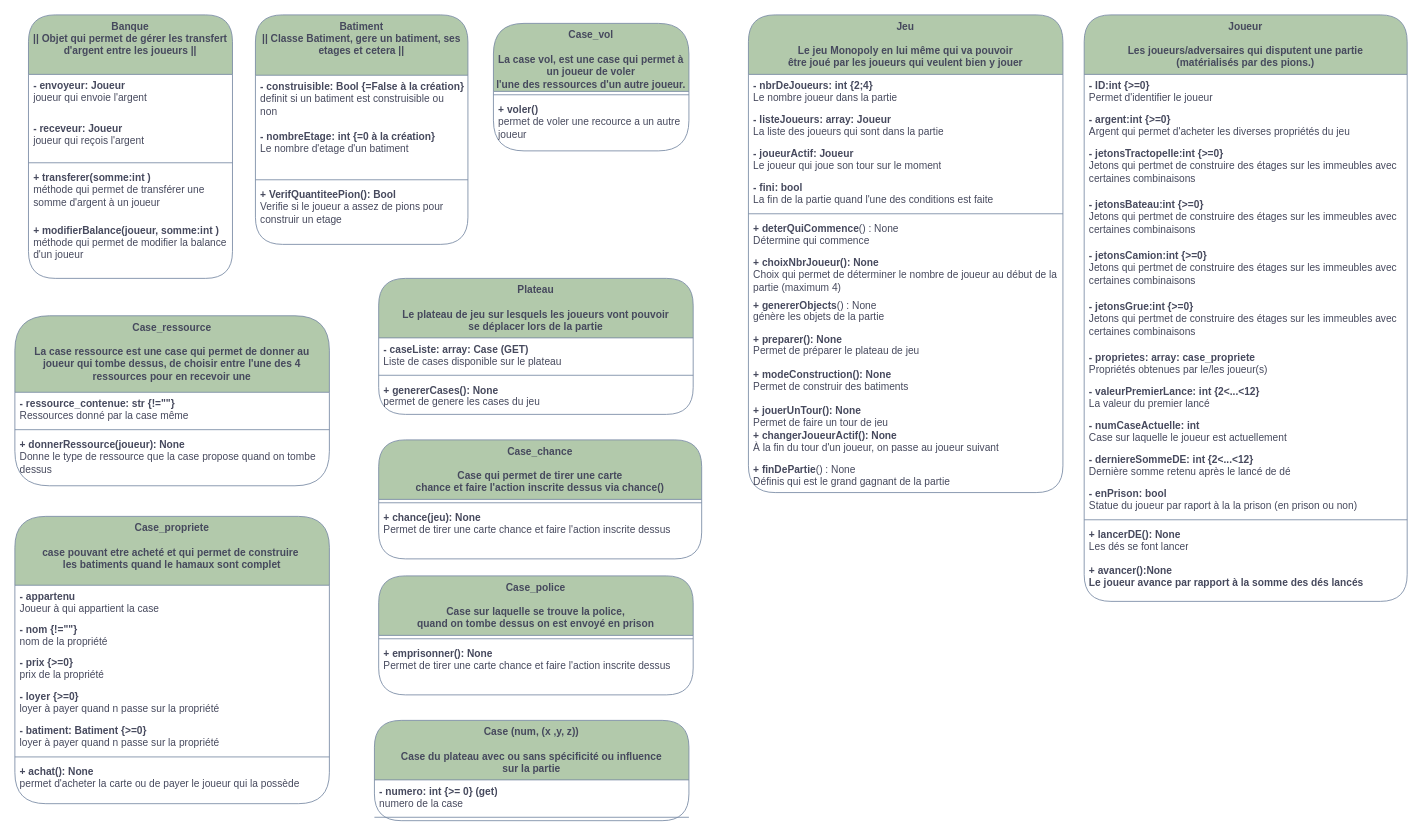
Before: page "Classes détaillées" (4 of 5) of B__Analyse/DiagrameDesClasses.drawio in gazhonsepaskwa/builder, a draw.io diagram. Source tidied: cells renumbered, new cells numbered last; positions are measured from the earlier drawing's top-left corner, leaving out a move shared by most shapes. Both pictures are drawn from the tidied source at 85%, with x=0, y=0 at pixel (14, 14).
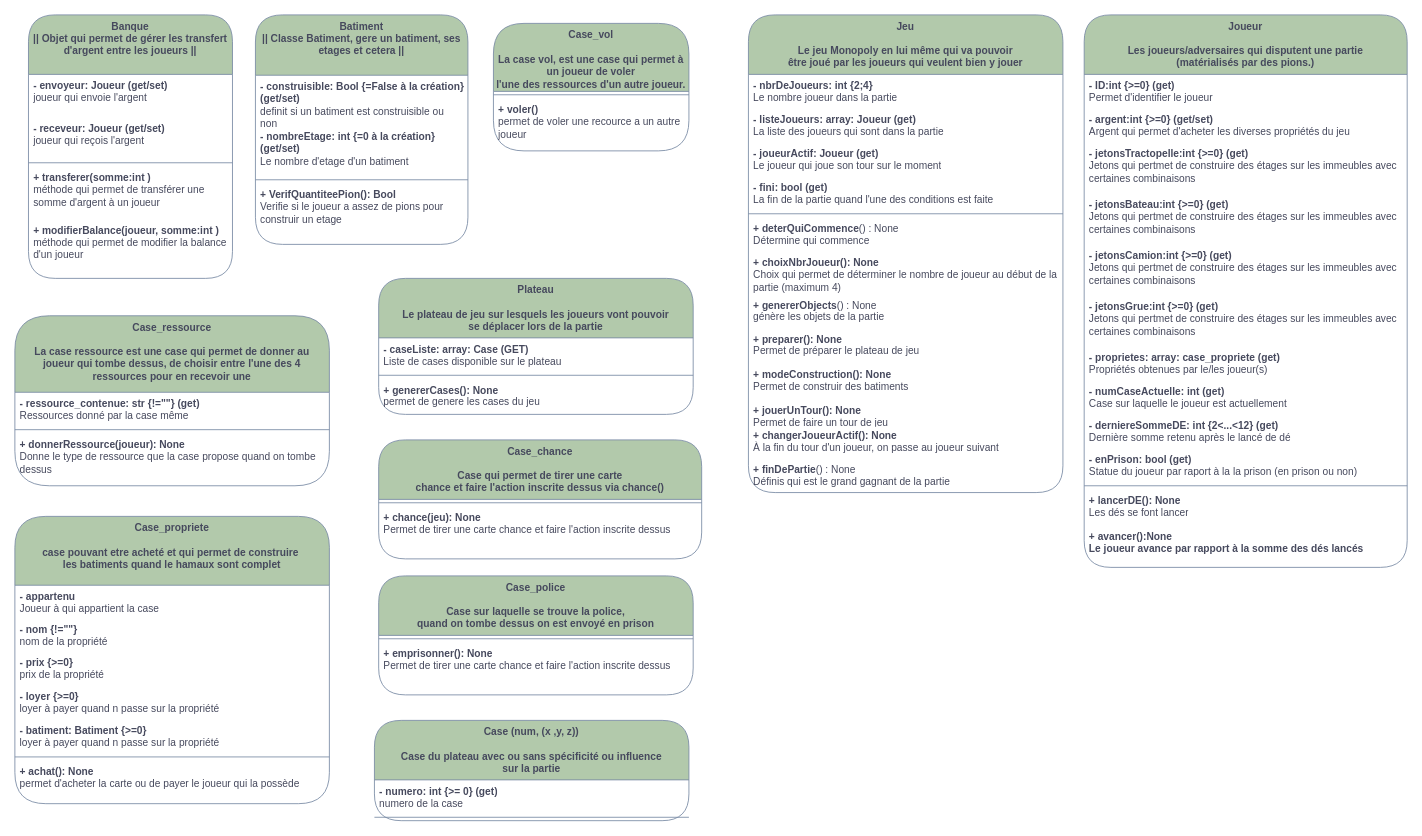
After the change.

The change refers to these unchanged cells:
```xml
<mxCell id="2" value="Banque&lt;br&gt;&lt;div&gt;|| Objet qui permet de gérer les transfert d'argent entre les joueurs ||&lt;/div&gt;&lt;div&gt;&lt;br&gt;&lt;/div&gt;" style="swimlane;fontStyle=1;align=center;verticalAlign=top;horizontal=1;startSize=70;whiteSpace=wrap;html=1;labelBackgroundColor=none;fillColor=#B2C9AB;strokeColor=#788AA3;fontColor=#46495D;rounded=1;" parent="1" vertex="1">
  <mxGeometry x="16" width="240" height="310" as="geometry" />
</mxCell>
<mxCell id="8" value="Batiment&lt;br&gt;|| Classe Batiment, gere un batiment, ses etages et cetera ||" style="swimlane;fontStyle=1;align=center;verticalAlign=top;horizontal=1;startSize=71;whiteSpace=wrap;html=1;labelBackgroundColor=none;fillColor=#B2C9AB;strokeColor=#788AA3;fontColor=#46495D;rounded=1;" parent="1" vertex="1">
  <mxGeometry x="283" width="250" height="270" as="geometry" />
</mxCell>
<mxCell id="13" value="Case_ressource&lt;br&gt;&lt;br&gt;&lt;div&gt;La case ressource est une case qui permet de donner au&lt;/div&gt;&lt;div&gt;joueur qui tombe dessus, de choisir entre l'une des 4 ressources pour&amp;nbsp;&lt;span style=&quot;background-color: initial;&quot;&gt;en recevoir une&lt;/span&gt;&lt;/div&gt;" style="swimlane;fontStyle=1;align=center;verticalAlign=top;horizontal=1;startSize=90;whiteSpace=wrap;html=1;labelBackgroundColor=none;fillColor=#B2C9AB;strokeColor=#788AA3;fontColor=#46495D;rounded=1;" parent="1" vertex="1">
  <mxGeometry y="354" width="370" height="200" as="geometry" />
</mxCell>
<mxCell id="23" value="&lt;div&gt;Jeu&lt;/div&gt;&lt;div&gt;&lt;br&gt;&lt;/div&gt;Le jeu Monopoly en lui même qui va pouvoir&lt;br&gt;être joué par les joueurs qui veulent bien y jouer" style="swimlane;fontStyle=1;align=center;verticalAlign=top;horizontal=1;startSize=70;whiteSpace=wrap;html=1;labelBackgroundColor=none;fillColor=#B2C9AB;strokeColor=#788AA3;fontColor=#46495D;rounded=1;" parent="1" vertex="1">
  <mxGeometry x="863" width="370" height="562" as="geometry" />
</mxCell>
```

The edit, as a diff of the source:
```diff
@@
-    <mxCell id="3" value="&lt;b&gt;- envoyeur: Joueur&lt;/b&gt;&lt;br&gt;joueur qui envoie l'argent" style="text;strokeColor=none;fillColor=none;align=left;verticalAlign=top;spacingLeft=4;spacingRight=4;overflow=hidden;whiteSpace=wrap;html=1;labelBackgroundColor=none;fontColor=#46495D;rounded=1;" parent="2" vertex="1">
+    <mxCell id="3" value="&lt;b&gt;- envoyeur: Joueur (get/set)&lt;/b&gt;&lt;br&gt;joueur qui envoie l'argent" style="text;strokeColor=none;fillColor=none;align=left;verticalAlign=top;spacingLeft=4;spacingRight=4;overflow=hidden;whiteSpace=wrap;html=1;labelBackgroundColor=none;fontColor=#46495D;rounded=1;" parent="2" vertex="1">
       <mxGeometry y="70" width="240" height="50" as="geometry" />
     </mxCell>
-    <mxCell id="4" value="&lt;b&gt;- receveur: Joueur&lt;/b&gt;&lt;br&gt;joueur qui reçois l'argent&amp;nbsp;" style="text;strokeColor=none;fillColor=none;align=left;verticalAlign=top;spacingLeft=4;spacingRight=4;overflow=hidden;whiteSpace=wrap;html=1;labelBackgroundColor=none;fontColor=#46495D;rounded=1;" parent="2" vertex="1">
+    <mxCell id="4" value="&lt;b&gt;- receveur: Joueur (get/set)&lt;/b&gt;&lt;br&gt;joueur qui reçois l'argent&amp;nbsp;" style="text;strokeColor=none;fillColor=none;align=left;verticalAlign=top;spacingLeft=4;spacingRight=4;overflow=hidden;whiteSpace=wrap;html=1;labelBackgroundColor=none;fontColor=#46495D;rounded=1;" parent="2" vertex="1">
       <mxGeometry y="120" width="240" height="50" as="geometry" />
     </mxCell>
@@
-    <mxCell id="9" value="&lt;b&gt;- construisible: Bool {=False à la création}&lt;/b&gt;&lt;br&gt;definit si un batiment est construisible ou non&amp;nbsp;" style="text;strokeColor=none;fillColor=none;align=left;verticalAlign=top;spacingLeft=4;spacingRight=4;overflow=hidden;whiteSpace=wrap;html=1;labelBackgroundColor=none;fontColor=#46495D;rounded=1;" parent="8" vertex="1">
+    <mxCell id="9" value="&lt;b&gt;- construisible: Bool {=False à la création} (get/set)&lt;/b&gt;&lt;br&gt;definit si un batiment est construisible ou non&amp;nbsp;" style="text;strokeColor=none;fillColor=none;align=left;verticalAlign=top;spacingLeft=4;spacingRight=4;overflow=hidden;whiteSpace=wrap;html=1;labelBackgroundColor=none;fontColor=#46495D;rounded=1;" parent="8" vertex="1">
       <mxGeometry y="71" width="250" height="59" as="geometry" />
     </mxCell>
-    <mxCell id="10" value="&lt;b&gt;- nombreEtage: int {=0 à la création}&lt;/b&gt;&lt;br&gt;Le nombre d'etage d'un batiment" style="text;strokeColor=none;fillColor=none;align=left;verticalAlign=top;spacingLeft=4;spacingRight=4;overflow=hidden;whiteSpace=wrap;html=1;labelBackgroundColor=none;fontColor=#46495D;rounded=1;" parent="8" vertex="1">
+    <mxCell id="10" value="&lt;b&gt;- nombreEtage: int {=0 à la création} (get/set)&lt;/b&gt;&lt;br&gt;Le nombre d'etage d'un batiment" style="text;strokeColor=none;fillColor=none;align=left;verticalAlign=top;spacingLeft=4;spacingRight=4;overflow=hidden;whiteSpace=wrap;html=1;labelBackgroundColor=none;fontColor=#46495D;rounded=1;" parent="8" vertex="1">
       <mxGeometry y="130" width="250" height="60" as="geometry" />
     </mxCell>
@@
-    <mxCell id="14" value="&lt;b&gt;- ressource_contenue: str {!=&quot;&quot;}&lt;/b&gt;&lt;br&gt;Ressources donné par la case même" style="text;strokeColor=none;fillColor=none;align=left;verticalAlign=top;spacingLeft=4;spacingRight=4;overflow=hidden;whiteSpace=wrap;html=1;labelBackgroundColor=none;fontColor=#46495D;rounded=1;" parent="13" vertex="1">
+    <mxCell id="14" value="&lt;b&gt;- ressource_contenue: str {!=&quot;&quot;} (get)&lt;/b&gt;&lt;br&gt;Ressources donné par la case même" style="text;strokeColor=none;fillColor=none;align=left;verticalAlign=top;spacingLeft=4;spacingRight=4;overflow=hidden;whiteSpace=wrap;html=1;labelBackgroundColor=none;fontColor=#46495D;rounded=1;" parent="13" vertex="1">
       <mxGeometry y="90" width="370" height="40" as="geometry" />
     </mxCell>
@@
-    <mxCell id="25" value="&lt;div&gt;&lt;b&gt;- listeJoueurs: array: Joueur&lt;/b&gt;&lt;br&gt;&lt;/div&gt;&lt;div&gt;La liste des joueurs qui sont dans la partie&lt;/div&gt;" style="text;strokeColor=none;fillColor=none;align=left;verticalAlign=top;spacingLeft=4;spacingRight=4;overflow=hidden;whiteSpace=wrap;html=1;labelBackgroundColor=none;fontColor=#46495D;rounded=1;" parent="23" vertex="1">
+    <mxCell id="25" value="&lt;div&gt;&lt;b&gt;- listeJoueurs: array: Joueur (get)&lt;/b&gt;&lt;br&gt;&lt;/div&gt;&lt;div&gt;La liste des joueurs qui sont dans la partie&lt;/div&gt;" style="text;strokeColor=none;fillColor=none;align=left;verticalAlign=top;spacingLeft=4;spacingRight=4;overflow=hidden;whiteSpace=wrap;html=1;labelBackgroundColor=none;fontColor=#46495D;rounded=1;" parent="23" vertex="1">
       <mxGeometry y="110" width="370" height="40" as="geometry" />
     </mxCell>
-    <mxCell id="26" value="&lt;div&gt;&lt;b&gt;- joueurActif: Joueur&lt;/b&gt;&lt;br&gt;&lt;/div&gt;&lt;div&gt;Le joueur qui joue son tour sur le moment&lt;/div&gt;" style="text;strokeColor=none;fillColor=none;align=left;verticalAlign=top;spacingLeft=4;spacingRight=4;overflow=hidden;whiteSpace=wrap;html=1;labelBackgroundColor=none;fontColor=#46495D;rounded=1;" parent="23" vertex="1">
+    <mxCell id="26" value="&lt;div&gt;&lt;b&gt;- joueurActif: Joueur (get)&lt;/b&gt;&lt;br&gt;&lt;/div&gt;&lt;div&gt;Le joueur qui joue son tour sur le moment&lt;/div&gt;" style="text;strokeColor=none;fillColor=none;align=left;verticalAlign=top;spacingLeft=4;spacingRight=4;overflow=hidden;whiteSpace=wrap;html=1;labelBackgroundColor=none;fontColor=#46495D;rounded=1;" parent="23" vertex="1">
       <mxGeometry y="150" width="370" height="40" as="geometry" />
     </mxCell>
-    <mxCell id="27" value="&lt;div&gt;&lt;b&gt;- fini: bool&lt;/b&gt;&lt;br&gt;&lt;/div&gt;&lt;div&gt;La fin de la partie quand l'une des conditions est faite&lt;/div&gt;" style="text;strokeColor=none;fillColor=none;align=left;verticalAlign=top;spacingLeft=4;spacingRight=4;overflow=hidden;whiteSpace=wrap;html=1;labelBackgroundColor=none;fontColor=#46495D;rounded=1;" parent="23" vertex="1">
+    <mxCell id="27" value="&lt;div&gt;&lt;b&gt;- fini: bool (get)&lt;/b&gt;&lt;br&gt;&lt;/div&gt;&lt;div&gt;La fin de la partie quand l'une des conditions est faite&lt;/div&gt;" style="text;strokeColor=none;fillColor=none;align=left;verticalAlign=top;spacingLeft=4;spacingRight=4;overflow=hidden;whiteSpace=wrap;html=1;labelBackgroundColor=none;fontColor=#46495D;rounded=1;" parent="23" vertex="1">
       <mxGeometry y="190" width="370" height="40" as="geometry" />
     </mxCell>
@@
     <mxCell id="37" value="&lt;div&gt;Joueur&lt;/div&gt;&lt;div&gt;&lt;br&gt;&lt;/div&gt;Les joueurs/adversaires qui disputent une partie&lt;br&gt;(matérialisés par des pions.)" style="swimlane;fontStyle=1;align=center;verticalAlign=top;horizontal=1;startSize=70;whiteSpace=wrap;html=1;labelBackgroundColor=none;fillColor=#B2C9AB;strokeColor=#788AA3;fontColor=#46495D;rounded=1;" parent="1" vertex="1">
-      <mxGeometry x="1258" width="380" height="690" as="geometry" />
+      <mxGeometry x="1258" width="380" height="650" as="geometry" />
     </mxCell>
-    <mxCell id="38" value="&lt;div&gt;&lt;b&gt;- ID&lt;/b&gt;&lt;b style=&quot;background-color: initial; border-color: var(--border-color);&quot;&gt;:int {&amp;gt;=0}&lt;/b&gt;&lt;/div&gt;&lt;div&gt;Permet d'identifier le joueur&lt;br&gt;&lt;/div&gt;" style="text;strokeColor=none;fillColor=none;align=left;verticalAlign=top;spacingLeft=4;spacingRight=4;overflow=hidden;whiteSpace=wrap;html=1;labelBackgroundColor=none;fontColor=#46495D;rounded=1;" parent="37" vertex="1">
+    <mxCell id="38" value="&lt;div&gt;&lt;b&gt;- ID&lt;/b&gt;&lt;b style=&quot;background-color: initial; border-color: var(--border-color);&quot;&gt;:int {&amp;gt;=0} (get)&lt;/b&gt;&lt;/div&gt;&lt;div&gt;Permet d'identifier le joueur&lt;br&gt;&lt;/div&gt;" style="text;strokeColor=none;fillColor=none;align=left;verticalAlign=top;spacingLeft=4;spacingRight=4;overflow=hidden;whiteSpace=wrap;html=1;labelBackgroundColor=none;fontColor=#46495D;rounded=1;" parent="37" vertex="1">
       <mxGeometry y="70" width="380" height="40" as="geometry" />
     </mxCell>
-    <mxCell id="39" value="&lt;div&gt;&lt;b&gt;- argent&lt;/b&gt;&lt;b style=&quot;background-color: initial; border-color: var(--border-color);&quot;&gt;:int {&amp;gt;=0}&lt;/b&gt;&lt;/div&gt;&lt;div&gt;Argent qui permet d'acheter les diverses propriétés du jeu&lt;/div&gt;" style="text;strokeColor=none;fillColor=none;align=left;verticalAlign=top;spacingLeft=4;spacingRight=4;overflow=hidden;whiteSpace=wrap;html=1;labelBackgroundColor=none;fontColor=#46495D;rounded=1;" parent="37" vertex="1">
+    <mxCell id="39" value="&lt;div&gt;&lt;b&gt;- argent&lt;/b&gt;&lt;b style=&quot;background-color: initial; border-color: var(--border-color);&quot;&gt;:int {&amp;gt;=0} (get/set)&lt;/b&gt;&lt;/div&gt;&lt;div&gt;Argent qui permet d'acheter les diverses propriétés du jeu&lt;/div&gt;" style="text;strokeColor=none;fillColor=none;align=left;verticalAlign=top;spacingLeft=4;spacingRight=4;overflow=hidden;whiteSpace=wrap;html=1;labelBackgroundColor=none;fontColor=#46495D;rounded=1;" parent="37" vertex="1">
       <mxGeometry y="110" width="380" height="40" as="geometry" />
     </mxCell>
-    <mxCell id="40" value="&lt;div&gt;&lt;b&gt;- jetonsTractopelle&lt;/b&gt;&lt;b style=&quot;background-color: initial; border-color: var(--border-color);&quot;&gt;:int {&amp;gt;=0}&lt;/b&gt;&lt;/div&gt;&lt;div&gt;Jetons qui pertmet de construire des étages sur les immeubles avec certaines combinaisons&lt;/div&gt;" style="text;strokeColor=none;fillColor=none;align=left;verticalAlign=top;spacingLeft=4;spacingRight=4;overflow=hidden;whiteSpace=wrap;html=1;labelBackgroundColor=none;fontColor=#46495D;rounded=1;" parent="37" vertex="1">
+    <mxCell id="40" value="&lt;div&gt;&lt;b&gt;- jetonsTractopelle&lt;/b&gt;&lt;b style=&quot;background-color: initial; border-color: var(--border-color);&quot;&gt;:int {&amp;gt;=0} (get)&lt;/b&gt;&lt;/div&gt;&lt;div&gt;Jetons qui pertmet de construire des étages sur les immeubles avec certaines combinaisons&lt;/div&gt;" style="text;strokeColor=none;fillColor=none;align=left;verticalAlign=top;spacingLeft=4;spacingRight=4;overflow=hidden;whiteSpace=wrap;html=1;labelBackgroundColor=none;fontColor=#46495D;rounded=1;" parent="37" vertex="1">
       <mxGeometry y="150" width="380" height="60" as="geometry" />
     </mxCell>
-    <mxCell id="41" value="&lt;div&gt;&lt;b&gt;- jetonsBateau&lt;/b&gt;&lt;b style=&quot;background-color: initial; border-color: var(--border-color);&quot;&gt;:int {&amp;gt;=0}&lt;/b&gt;&lt;/div&gt;&lt;div&gt;Jetons qui pertmet de construire des étages sur les immeubles avec certaines combinaisons&lt;/div&gt;" style="text;strokeColor=none;fillColor=none;align=left;verticalAlign=top;spacingLeft=4;spacingRight=4;overflow=hidden;whiteSpace=wrap;html=1;labelBackgroundColor=none;fontColor=#46495D;rounded=1;" parent="37" vertex="1">
+    <mxCell id="41" value="&lt;div&gt;&lt;b&gt;- jetonsBateau&lt;/b&gt;&lt;b style=&quot;background-color: initial; border-color: var(--border-color);&quot;&gt;:int {&amp;gt;=0} (get)&lt;/b&gt;&lt;/div&gt;&lt;div&gt;Jetons qui pertmet de construire des étages sur les immeubles avec certaines combinaisons&lt;/div&gt;" style="text;strokeColor=none;fillColor=none;align=left;verticalAlign=top;spacingLeft=4;spacingRight=4;overflow=hidden;whiteSpace=wrap;html=1;labelBackgroundColor=none;fontColor=#46495D;rounded=1;" parent="37" vertex="1">
       <mxGeometry y="210" width="380" height="60" as="geometry" />
     </mxCell>
-    <mxCell id="42" value="&lt;div&gt;&lt;b&gt;- jetonsCamion&lt;/b&gt;&lt;b style=&quot;background-color: initial; border-color: var(--border-color);&quot;&gt;:int {&amp;gt;=0}&lt;/b&gt;&lt;/div&gt;&lt;div&gt;Jetons qui pertmet de construire des étages sur les immeubles avec certaines combinaisons&lt;/div&gt;" style="text;strokeColor=none;fillColor=none;align=left;verticalAlign=top;spacingLeft=4;spacingRight=4;overflow=hidden;whiteSpace=wrap;html=1;labelBackgroundColor=none;fontColor=#46495D;rounded=1;" parent="37" vertex="1">
+    <mxCell id="42" value="&lt;div&gt;&lt;b&gt;- jetonsCamion&lt;/b&gt;&lt;b style=&quot;background-color: initial; border-color: var(--border-color);&quot;&gt;:int {&amp;gt;=0} (get)&lt;/b&gt;&lt;/div&gt;&lt;div&gt;Jetons qui pertmet de construire des étages sur les immeubles avec certaines combinaisons&lt;/div&gt;" style="text;strokeColor=none;fillColor=none;align=left;verticalAlign=top;spacingLeft=4;spacingRight=4;overflow=hidden;whiteSpace=wrap;html=1;labelBackgroundColor=none;fontColor=#46495D;rounded=1;" parent="37" vertex="1">
       <mxGeometry y="270" width="380" height="60" as="geometry" />
     </mxCell>
-    <mxCell id="43" value="&lt;div&gt;&lt;b&gt;- jetonsGrue:int {&amp;gt;=0}&lt;/b&gt;&lt;br&gt;&lt;/div&gt;&lt;div&gt;Jetons qui pertmet de construire des étages sur les immeubles avec certaines combinaisons&lt;/div&gt;" style="text;strokeColor=none;fillColor=none;align=left;verticalAlign=top;spacingLeft=4;spacingRight=4;overflow=hidden;whiteSpace=wrap;html=1;labelBackgroundColor=none;fontColor=#46495D;rounded=1;" parent="37" vertex="1">
+    <mxCell id="43" value="&lt;div&gt;&lt;b&gt;- jetonsGrue:int {&amp;gt;=0} (get)&lt;/b&gt;&lt;br&gt;&lt;/div&gt;&lt;div&gt;Jetons qui pertmet de construire des étages sur les immeubles avec certaines combinaisons&lt;/div&gt;" style="text;strokeColor=none;fillColor=none;align=left;verticalAlign=top;spacingLeft=4;spacingRight=4;overflow=hidden;whiteSpace=wrap;html=1;labelBackgroundColor=none;fontColor=#46495D;rounded=1;" parent="37" vertex="1">
       <mxGeometry y="330" width="380" height="60" as="geometry" />
     </mxCell>
-    <mxCell id="44" value="&lt;div&gt;&lt;b&gt;- proprietes: array: case_propriete&lt;/b&gt;&lt;br&gt;&lt;/div&gt;&lt;div&gt;Propriétés obtenues par le/les joueur(s)&lt;/div&gt;" style="text;strokeColor=none;fillColor=none;align=left;verticalAlign=top;spacingLeft=4;spacingRight=4;overflow=hidden;whiteSpace=wrap;html=1;labelBackgroundColor=none;fontColor=#46495D;rounded=1;" parent="37" vertex="1">
+    <mxCell id="44" value="&lt;div&gt;&lt;b&gt;- proprietes: array: case_propriete (get)&lt;/b&gt;&lt;br&gt;&lt;/div&gt;&lt;div&gt;Propriétés obtenues par le/les joueur(s)&lt;/div&gt;" style="text;strokeColor=none;fillColor=none;align=left;verticalAlign=top;spacingLeft=4;spacingRight=4;overflow=hidden;whiteSpace=wrap;html=1;labelBackgroundColor=none;fontColor=#46495D;rounded=1;" parent="37" vertex="1">
       <mxGeometry y="390" width="380" height="40" as="geometry" />
     </mxCell>
-    <mxCell id="45" value="&lt;div&gt;&lt;b&gt;- valeurPremierLance: int {2&amp;lt;...&amp;lt;12}&lt;/b&gt;&lt;br&gt;&lt;/div&gt;&lt;div&gt;La valeur du premier lancé&lt;/div&gt;" style="text;strokeColor=none;fillColor=none;align=left;verticalAlign=top;spacingLeft=4;spacingRight=4;overflow=hidden;whiteSpace=wrap;html=1;labelBackgroundColor=none;fontColor=#46495D;rounded=1;" parent="37" vertex="1">
-      <mxGeometry y="430" width="380" height="40" as="geometry" />
-    </mxCell>
-    <mxCell id="46" value="&lt;div&gt;&lt;b&gt;- numCaseActuelle: int&lt;/b&gt;&lt;br&gt;&lt;/div&gt;&lt;div&gt;Case sur laquelle le joueur est actuellement&lt;/div&gt;" style="text;strokeColor=none;fillColor=none;align=left;verticalAlign=top;spacingLeft=4;spacingRight=4;overflow=hidden;whiteSpace=wrap;html=1;labelBackgroundColor=none;fontColor=#46495D;rounded=1;" parent="37" vertex="1">
-      <mxGeometry y="470" width="380" height="40" as="geometry" />
+    <mxCell id="46" value="&lt;div&gt;&lt;b&gt;- numCaseActuelle: int (get)&lt;/b&gt;&lt;br&gt;&lt;/div&gt;&lt;div&gt;Case sur laquelle le joueur est actuellement&lt;/div&gt;" style="text;strokeColor=none;fillColor=none;align=left;verticalAlign=top;spacingLeft=4;spacingRight=4;overflow=hidden;whiteSpace=wrap;html=1;labelBackgroundColor=none;fontColor=#46495D;rounded=1;" parent="37" vertex="1">
+      <mxGeometry y="430" width="380" height="40" as="geometry" />
     </mxCell>
-    <mxCell id="47" value="&lt;div&gt;&lt;b&gt;- derniereSommeDE: int {2&amp;lt;...&amp;lt;12}&lt;/b&gt;&lt;br&gt;&lt;/div&gt;&lt;div&gt;Dernière somme retenu après le lancé de dé&lt;/div&gt;" style="text;strokeColor=none;fillColor=none;align=left;verticalAlign=top;spacingLeft=4;spacingRight=4;overflow=hidden;whiteSpace=wrap;html=1;labelBackgroundColor=none;fontColor=#46495D;rounded=1;" parent="37" vertex="1">
-      <mxGeometry y="510" width="380" height="40" as="geometry" />
+    <mxCell id="47" value="&lt;div&gt;&lt;b&gt;- derniereSommeDE: int {2&amp;lt;...&amp;lt;12} (get)&lt;/b&gt;&lt;br&gt;&lt;/div&gt;&lt;div&gt;Dernière somme retenu après le lancé de dé&lt;/div&gt;" style="text;strokeColor=none;fillColor=none;align=left;verticalAlign=top;spacingLeft=4;spacingRight=4;overflow=hidden;whiteSpace=wrap;html=1;labelBackgroundColor=none;fontColor=#46495D;rounded=1;" parent="37" vertex="1">
+      <mxGeometry y="470" width="380" height="40" as="geometry" />
     </mxCell>
-    <mxCell id="48" value="&lt;div&gt;&lt;b&gt;- enPrison: bool&lt;/b&gt;&lt;br&gt;&lt;/div&gt;&lt;div&gt;Statue du joueur par raport à la la prison (en prison ou non)&lt;/div&gt;" style="text;strokeColor=none;fillColor=none;align=left;verticalAlign=top;spacingLeft=4;spacingRight=4;overflow=hidden;whiteSpace=wrap;html=1;labelBackgroundColor=none;fontColor=#46495D;rounded=1;" parent="37" vertex="1">
-      <mxGeometry y="550" width="380" height="40" as="geometry" />
+    <mxCell id="48" value="&lt;div&gt;&lt;b&gt;- enPrison: bool (get)&lt;/b&gt;&lt;br&gt;&lt;/div&gt;&lt;div&gt;Statue du joueur par raport à la la prison (en prison ou non)&lt;/div&gt;" style="text;strokeColor=none;fillColor=none;align=left;verticalAlign=top;spacingLeft=4;spacingRight=4;overflow=hidden;whiteSpace=wrap;html=1;labelBackgroundColor=none;fontColor=#46495D;rounded=1;" parent="37" vertex="1">
+      <mxGeometry y="510" width="380" height="40" as="geometry" />
     </mxCell>
     <mxCell id="49" style="line;strokeWidth=1;fillColor=none;align=left;verticalAlign=middle;spacingTop=-1;spacingLeft=3;spacingRight=3;labelPosition=right;strokeColor=#788AA3;labelBackgroundColor=none;fontColor=#46495D;rounded=1;" parent="37" vertex="1">
-      <mxGeometry y="590" width="380" height="8" as="geometry" />
+      <mxGeometry y="550" width="380" height="8" as="geometry" />
     </mxCell>
     <mxCell id="50" value="&lt;div&gt;&lt;b&gt;+ lancerDE(): None&lt;br&gt;&lt;/b&gt;&lt;/div&gt;&lt;div&gt;Les dés se font lancer&lt;/div&gt;" style="text;strokeColor=none;fillColor=none;align=left;verticalAlign=top;spacingLeft=4;spacingRight=4;overflow=hidden;whiteSpace=wrap;html=1;labelBackgroundColor=none;fontColor=#46495D;rounded=1;" parent="37" vertex="1">
-      <mxGeometry y="598" width="380" height="42" as="geometry" />
+      <mxGeometry y="558" width="380" height="42" as="geometry" />
     </mxCell>
     <mxCell id="51" value="&lt;div&gt;&lt;b&gt;+ avancer():None&lt;/b&gt;&lt;/div&gt;&lt;div&gt;&lt;b&gt;Le joueur avance par rapport à la somme des dés lancés&lt;br&gt;&lt;/b&gt;&lt;/div&gt;&lt;div&gt;&lt;br&gt;&lt;/div&gt;" style="text;strokeColor=none;fillColor=none;align=left;verticalAlign=top;spacingLeft=4;spacingRight=4;overflow=hidden;whiteSpace=wrap;html=1;labelBackgroundColor=none;fontColor=#46495D;rounded=1;" parent="37" vertex="1">
-      <mxGeometry y="640" width="380" height="50" as="geometry" />
+      <mxGeometry y="600" width="380" height="50" as="geometry" />
     </mxCell>
```
